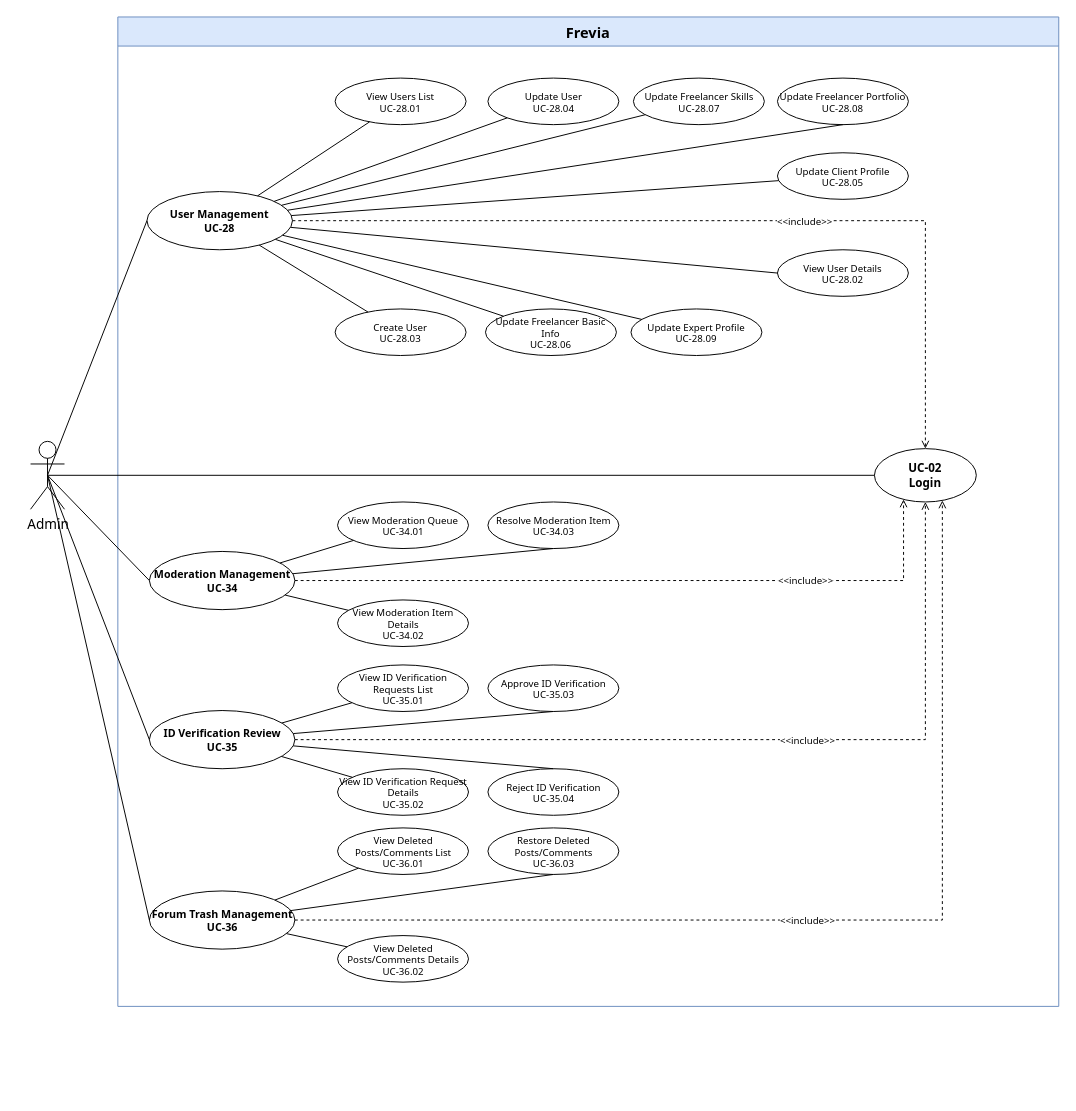
Thunggg/Frevia keeps this draw.io diagram as page "Admin 3/4" (3 of 4) of uc-diagrams/Admin.drawio. Above is the earlier version. Source tidied: cells renumbered, new cells numbered last; positions are measured from the earlier drawing's top-left corner, leaving out a move shared by most shapes. Both pictures are drawn from the tidied source at 97%, with x=0, y=0 at pixel (30, 16).
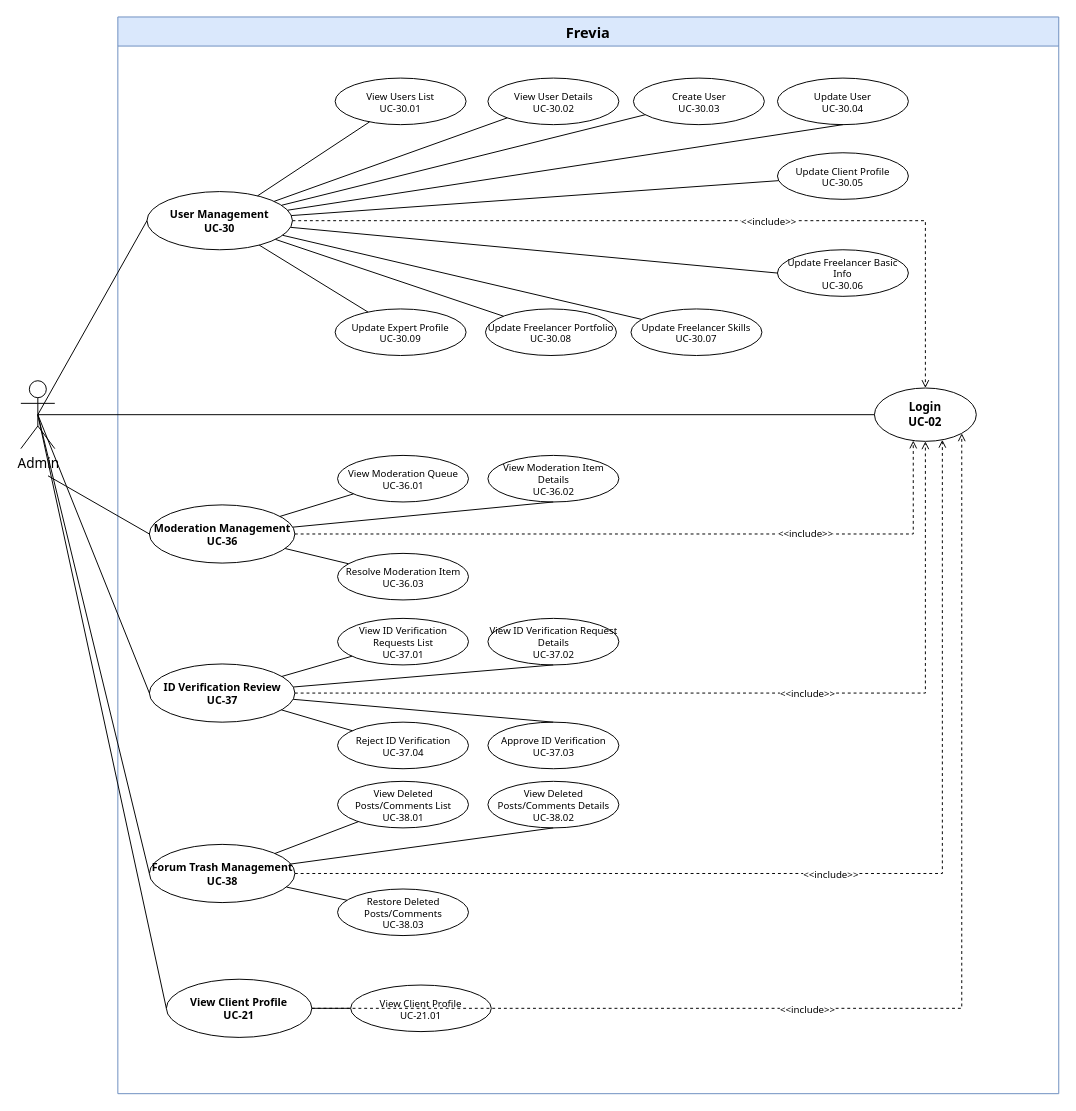
The same diagram, later.

Diff of the diagram source:
```diff
@@
     <mxCell id="2" value="Frevia" style="swimlane;whiteSpace=wrap;html=1;startSize=30;fontSize=15;fontFamily=Tahoma;fontStyle=1;fillColor=#dae8fc;strokeColor=#6c8ebf;" parent="1" vertex="1">
-      <mxGeometry x="90" width="970" height="1020" as="geometry" />
+      <mxGeometry x="90" width="970" height="1110" as="geometry" />
     </mxCell>
-    <mxCell id="3" value="UC-02&#10;Login" style="ellipse;whiteSpace=wrap;html=1;fontSize=12;fontFamily=Tahoma;fontStyle=1;fillColor=#ffffff;strokeColor=#000000;" parent="2" vertex="1">
-      <mxGeometry x="780" y="445" width="105" height="55" as="geometry" />
+    <mxCell id="3" value="Login&#10;UC-02" style="ellipse;whiteSpace=wrap;html=1;fontSize=12;fontFamily=Tahoma;fontStyle=1;fillColor=#ffffff;strokeColor=#000000;" parent="2" vertex="1">
+      <mxGeometry x="780" y="382.5" width="105" height="55" as="geometry" />
     </mxCell>
-    <mxCell id="4" value="User Management&#10;UC-28" style="ellipse;whiteSpace=wrap;html=1;fontSize=11;fontFamily=Tahoma;fontStyle=1;fillColor=#ffffff;strokeColor=#000000;" parent="2" vertex="1">
+    <mxCell id="4" value="User Management&#10;UC-30" style="ellipse;whiteSpace=wrap;html=1;fontSize=11;fontFamily=Tahoma;fontStyle=1;fillColor=#ffffff;strokeColor=#000000;" parent="2" vertex="1">
       <mxGeometry x="30" y="180" width="150" height="60" as="geometry" />
     </mxCell>
-    <mxCell id="5" value="View User Details&#10;UC-28.02" style="ellipse;whiteSpace=wrap;html=1;fontSize=10;fontFamily=Tahoma;fillColor=#ffffff;strokeColor=#000000;" parent="2" vertex="1">
+    <mxCell id="5" value="Update Freelancer Basic Info&#10;UC-30.06" style="ellipse;whiteSpace=wrap;html=1;fontSize=10;fontFamily=Tahoma;fillColor=#ffffff;strokeColor=#000000;" parent="2" vertex="1">
       <mxGeometry x="680" y="240" width="135" height="48" as="geometry" />
     </mxCell>
-    <mxCell id="6" value="Create User&#10;UC-28.03" style="ellipse;whiteSpace=wrap;html=1;fontSize=10;fontFamily=Tahoma;fillColor=#ffffff;strokeColor=#000000;" parent="2" vertex="1">
+    <mxCell id="6" value="Update Expert Profile&#10;UC-30.09" style="ellipse;whiteSpace=wrap;html=1;fontSize=10;fontFamily=Tahoma;fillColor=#ffffff;strokeColor=#000000;" parent="2" vertex="1">
       <mxGeometry x="224" y="301" width="135" height="48" as="geometry" />
     </mxCell>
-    <mxCell id="7" value="Update User&#10;UC-28.04" style="ellipse;whiteSpace=wrap;html=1;fontSize=10;fontFamily=Tahoma;fillColor=#ffffff;strokeColor=#000000;" parent="2" vertex="1">
+    <mxCell id="7" value="View User Details&#10;UC-30.02" style="ellipse;whiteSpace=wrap;html=1;fontSize=10;fontFamily=Tahoma;fillColor=#ffffff;strokeColor=#000000;" parent="2" vertex="1">
       <mxGeometry x="381.5" y="63" width="135" height="48" as="geometry" />
     </mxCell>
-    <mxCell id="8" value="Update Client Profile&#10;UC-28.05" style="ellipse;whiteSpace=wrap;html=1;fontSize=10;fontFamily=Tahoma;fillColor=#ffffff;strokeColor=#000000;" parent="2" vertex="1">
+    <mxCell id="8" value="Update Client Profile&#10;UC-30.05" style="ellipse;whiteSpace=wrap;html=1;fontSize=10;fontFamily=Tahoma;fillColor=#ffffff;strokeColor=#000000;" parent="2" vertex="1">
       <mxGeometry x="680" y="140" width="135" height="48" as="geometry" />
     </mxCell>
-    <mxCell id="9" value="Update Freelancer Basic Info&#10;UC-28.06" style="ellipse;whiteSpace=wrap;html=1;fontSize=10;fontFamily=Tahoma;fillColor=#ffffff;strokeColor=#000000;" parent="2" vertex="1">
+    <mxCell id="9" value="Update Freelancer Portfolio&#10;UC-30.08" style="ellipse;whiteSpace=wrap;html=1;fontSize=10;fontFamily=Tahoma;fillColor=#ffffff;strokeColor=#000000;" parent="2" vertex="1">
       <mxGeometry x="379" y="301" width="135" height="48" as="geometry" />
     </mxCell>
-    <mxCell id="10" value="Update Freelancer Skills&#10;UC-28.07" style="ellipse;whiteSpace=wrap;html=1;fontSize=10;fontFamily=Tahoma;fillColor=#ffffff;strokeColor=#000000;" parent="2" vertex="1">
+    <mxCell id="10" value="Create User&#10;UC-30.03" style="ellipse;whiteSpace=wrap;html=1;fontSize=10;fontFamily=Tahoma;fillColor=#ffffff;strokeColor=#000000;" parent="2" vertex="1">
       <mxGeometry x="531.5" y="63" width="135" height="48" as="geometry" />
     </mxCell>
-    <mxCell id="11" value="Update Freelancer Portfolio&#10;UC-28.08" style="ellipse;whiteSpace=wrap;html=1;fontSize=10;fontFamily=Tahoma;fillColor=#ffffff;strokeColor=#000000;" parent="2" vertex="1">
+    <mxCell id="11" value="Update User&#10;UC-30.04" style="ellipse;whiteSpace=wrap;html=1;fontSize=10;fontFamily=Tahoma;fillColor=#ffffff;strokeColor=#000000;" parent="2" vertex="1">
       <mxGeometry x="680" y="63" width="135" height="48" as="geometry" />
     </mxCell>
-    <mxCell id="12" value="Update Expert Profile&#10;UC-28.09" style="ellipse;whiteSpace=wrap;html=1;fontSize=10;fontFamily=Tahoma;fillColor=#ffffff;strokeColor=#000000;" parent="2" vertex="1">
+    <mxCell id="12" value="Update Freelancer Skills&#10;UC-30.07" style="ellipse;whiteSpace=wrap;html=1;fontSize=10;fontFamily=Tahoma;fillColor=#ffffff;strokeColor=#000000;" parent="2" vertex="1">
       <mxGeometry x="529" y="301" width="135" height="48" as="geometry" />
     </mxCell>
-    <mxCell id="13" value="Moderation Management&#10;UC-34" style="ellipse;whiteSpace=wrap;html=1;fontSize=11;fontFamily=Tahoma;fontStyle=1;fillColor=#ffffff;strokeColor=#000000;" parent="2" vertex="1">
-      <mxGeometry x="32.5" y="551" width="150" height="60" as="geometry" />
+    <mxCell id="13" value="Moderation Management&#10;UC-36" style="ellipse;whiteSpace=wrap;html=1;fontSize=11;fontFamily=Tahoma;fontStyle=1;fillColor=#ffffff;strokeColor=#000000;" parent="2" vertex="1">
+      <mxGeometry x="32.5" y="503" width="150" height="60" as="geometry" />
     </mxCell>
-    <mxCell id="14" value="View Moderation Queue&#10;UC-34.01" style="ellipse;whiteSpace=wrap;html=1;fontSize=10;fontFamily=Tahoma;fillColor=#ffffff;strokeColor=#000000;" parent="2" vertex="1">
-      <mxGeometry x="226.5" y="500" width="135" height="48" as="geometry" />
+    <mxCell id="14" value="View Moderation Queue&#10;UC-36.01" style="ellipse;whiteSpace=wrap;html=1;fontSize=10;fontFamily=Tahoma;fillColor=#ffffff;strokeColor=#000000;" parent="2" vertex="1">
+      <mxGeometry x="226.5" y="452" width="135" height="48" as="geometry" />
     </mxCell>
-    <mxCell id="15" value="View Moderation Item Details&#10;UC-34.02" style="ellipse;whiteSpace=wrap;html=1;fontSize=10;fontFamily=Tahoma;fillColor=#ffffff;strokeColor=#000000;" parent="2" vertex="1">
-      <mxGeometry x="226.5" y="601" width="135" height="48" as="geometry" />
+    <mxCell id="15" value="Resolve Moderation Item&#10;UC-36.03" style="ellipse;whiteSpace=wrap;html=1;fontSize=10;fontFamily=Tahoma;fillColor=#ffffff;strokeColor=#000000;" parent="2" vertex="1">
+      <mxGeometry x="226.5" y="553" width="135" height="48" as="geometry" />
     </mxCell>
-    <mxCell id="16" value="Resolve Moderation Item&#10;UC-34.03" style="ellipse;whiteSpace=wrap;html=1;fontSize=10;fontFamily=Tahoma;fillColor=#ffffff;strokeColor=#000000;" parent="2" vertex="1">
-      <mxGeometry x="381.5" y="500" width="135" height="48" as="geometry" />
+    <mxCell id="16" value="View Moderation Item Details&#10;UC-36.02" style="ellipse;whiteSpace=wrap;html=1;fontSize=10;fontFamily=Tahoma;fillColor=#ffffff;strokeColor=#000000;" parent="2" vertex="1">
+      <mxGeometry x="381.5" y="452" width="135" height="48" as="geometry" />
     </mxCell>
-    <mxCell id="17" value="ID Verification Review&#10;UC-35" style="ellipse;whiteSpace=wrap;html=1;fontSize=11;fontFamily=Tahoma;fontStyle=1;fillColor=#ffffff;strokeColor=#000000;" parent="2" vertex="1">
-      <mxGeometry x="32.5" y="715" width="150" height="60" as="geometry" />
+    <mxCell id="17" value="ID Verification Review&#10;UC-37" style="ellipse;whiteSpace=wrap;html=1;fontSize=11;fontFamily=Tahoma;fontStyle=1;fillColor=#ffffff;strokeColor=#000000;" parent="2" vertex="1">
+      <mxGeometry x="32.5" y="667" width="150" height="60" as="geometry" />
     </mxCell>
-    <mxCell id="18" value="View ID Verification Requests List&#10;UC-35.01" style="ellipse;whiteSpace=wrap;html=1;fontSize=10;fontFamily=Tahoma;fillColor=#ffffff;strokeColor=#000000;" parent="2" vertex="1">
-      <mxGeometry x="226.5" y="668" width="135" height="48" as="geometry" />
+    <mxCell id="18" value="View ID Verification Requests List&#10;UC-37.01" style="ellipse;whiteSpace=wrap;html=1;fontSize=10;fontFamily=Tahoma;fillColor=#ffffff;strokeColor=#000000;" parent="2" vertex="1">
+      <mxGeometry x="226.5" y="620" width="135" height="48" as="geometry" />
     </mxCell>
-    <mxCell id="19" value="View ID Verification Request Details&#10;UC-35.02" style="ellipse;whiteSpace=wrap;html=1;fontSize=10;fontFamily=Tahoma;fillColor=#ffffff;strokeColor=#000000;" parent="2" vertex="1">
-      <mxGeometry x="226.5" y="775" width="135" height="48" as="geometry" />
+    <mxCell id="19" value="Reject ID Verification&#10;UC-37.04" style="ellipse;whiteSpace=wrap;html=1;fontSize=10;fontFamily=Tahoma;fillColor=#ffffff;strokeColor=#000000;" parent="2" vertex="1">
+      <mxGeometry x="226.5" y="727" width="135" height="48" as="geometry" />
     </mxCell>
-    <mxCell id="20" value="Approve ID Verification&#10;UC-35.03" style="ellipse;whiteSpace=wrap;html=1;fontSize=10;fontFamily=Tahoma;fillColor=#ffffff;strokeColor=#000000;" parent="2" vertex="1">
-      <mxGeometry x="381.5" y="668" width="135" height="48" as="geometry" />
+    <mxCell id="20" value="View ID Verification Request Details&#10;UC-37.02" style="ellipse;whiteSpace=wrap;html=1;fontSize=10;fontFamily=Tahoma;fillColor=#ffffff;strokeColor=#000000;" parent="2" vertex="1">
+      <mxGeometry x="381.5" y="620" width="135" height="48" as="geometry" />
     </mxCell>
-    <mxCell id="21" value="Reject ID Verification&#10;UC-35.04" style="ellipse;whiteSpace=wrap;html=1;fontSize=10;fontFamily=Tahoma;fillColor=#ffffff;strokeColor=#000000;" parent="2" vertex="1">
-      <mxGeometry x="381.5" y="775" width="135" height="48" as="geometry" />
+    <mxCell id="21" value="Approve ID Verification&#10;UC-37.03" style="ellipse;whiteSpace=wrap;html=1;fontSize=10;fontFamily=Tahoma;fillColor=#ffffff;strokeColor=#000000;" parent="2" vertex="1">
+      <mxGeometry x="381.5" y="727" width="135" height="48" as="geometry" />
     </mxCell>
-    <mxCell id="22" value="Forum Trash Management&#10;UC-36" style="ellipse;whiteSpace=wrap;html=1;fontSize=11;fontFamily=Tahoma;fontStyle=1;fillColor=#ffffff;strokeColor=#000000;" parent="2" vertex="1">
-      <mxGeometry x="32.5" y="901" width="150" height="60" as="geometry" />
+    <mxCell id="22" value="Forum Trash Management&#10;UC-38" style="ellipse;whiteSpace=wrap;html=1;fontSize=11;fontFamily=Tahoma;fontStyle=1;fillColor=#ffffff;strokeColor=#000000;" parent="2" vertex="1">
+      <mxGeometry x="32.5" y="853" width="150" height="60" as="geometry" />
     </mxCell>
-    <mxCell id="23" value="View Deleted Posts/Comments List&#10;UC-36.01" style="ellipse;whiteSpace=wrap;html=1;fontSize=10;fontFamily=Tahoma;fillColor=#ffffff;strokeColor=#000000;" parent="2" vertex="1">
-      <mxGeometry x="226.5" y="836" width="135" height="48" as="geometry" />
+    <mxCell id="23" value="View Deleted Posts/Comments List&#10;UC-38.01" style="ellipse;whiteSpace=wrap;html=1;fontSize=10;fontFamily=Tahoma;fillColor=#ffffff;strokeColor=#000000;" parent="2" vertex="1">
+      <mxGeometry x="226.5" y="788" width="135" height="48" as="geometry" />
     </mxCell>
-    <mxCell id="24" value="View Deleted Posts/Comments Details&#10;UC-36.02" style="ellipse;whiteSpace=wrap;html=1;fontSize=10;fontFamily=Tahoma;fillColor=#ffffff;strokeColor=#000000;" parent="2" vertex="1">
-      <mxGeometry x="226.5" y="947" width="135" height="48" as="geometry" />
+    <mxCell id="24" value="Restore Deleted Posts/Comments&#10;UC-38.03" style="ellipse;whiteSpace=wrap;html=1;fontSize=10;fontFamily=Tahoma;fillColor=#ffffff;strokeColor=#000000;" parent="2" vertex="1">
+      <mxGeometry x="226.5" y="899" width="135" height="48" as="geometry" />
     </mxCell>
-    <mxCell id="25" value="Restore Deleted Posts/Comments&#10;UC-36.03" style="ellipse;whiteSpace=wrap;html=1;fontSize=10;fontFamily=Tahoma;fillColor=#ffffff;strokeColor=#000000;" parent="2" vertex="1">
-      <mxGeometry x="381.5" y="836" width="135" height="48" as="geometry" />
+    <mxCell id="25" value="View Deleted Posts/Comments Details&#10;UC-38.02" style="ellipse;whiteSpace=wrap;html=1;fontSize=10;fontFamily=Tahoma;fillColor=#ffffff;strokeColor=#000000;" parent="2" vertex="1">
+      <mxGeometry x="381.5" y="788" width="135" height="48" as="geometry" />
     </mxCell>
@@
+    <mxCell id="54" value="View Users List&#10;UC-30.01" style="ellipse;whiteSpace=wrap;html=1;fontSize=10;fontFamily=Tahoma;fillColor=#ffffff;strokeColor=#000000;" parent="2" vertex="1">
+      <mxGeometry x="224" y="63" width="135" height="48" as="geometry" />
+    </mxCell>
+    <mxCell id="55" style="endArrow=none;html=1;rounded=0;fontFamily=Tahoma;fontSize=13;" parent="2" edge="1" source="4" target="54">
+      <mxGeometry relative="1" as="geometry" />
+    </mxCell>
+    <mxCell id="56" value="View Client Profile&#10;UC-21" style="ellipse;whiteSpace=wrap;html=1;fontSize=11;fontFamily=Tahoma;fontStyle=1;fillColor=#ffffff;strokeColor=#000000;" parent="2" vertex="1">
+      <mxGeometry x="50" y="992" width="150" height="60" as="geometry" />
+    </mxCell>
+    <mxCell id="57" value="View Client Profile&#10;UC-21.01" style="ellipse;whiteSpace=wrap;html=1;fontSize=10;fontFamily=Tahoma;fillColor=#ffffff;strokeColor=#000000;" parent="2" vertex="1">
+      <mxGeometry x="240" y="998" width="145" height="48" as="geometry" />
+    </mxCell>
+    <mxCell id="53" value="&amp;lt;&amp;lt;include&amp;gt;&amp;gt;" style="edgeStyle=orthogonalEdgeStyle;rounded=0;endArrow=open;dashed=1;html=1;strokeColor=#000000;fontSize=10;fontFamily=Tahoma;labelBackgroundColor=#ffffff;align=center;verticalAlign=middle;" parent="2" edge="1" source="22" target="3">
+      <mxGeometry x="-0.01" relative="1" as="geometry">
+        <Array as="points">
+          <mxPoint x="850" y="883" />
+        </Array>
+      </mxGeometry>
+    </mxCell>
+    <mxCell id="49" value="&amp;lt;&amp;lt;include&amp;gt;&amp;gt;" style="edgeStyle=orthogonalEdgeStyle;rounded=0;endArrow=open;dashed=1;html=1;strokeColor=#000000;fontSize=10;fontFamily=Tahoma;labelBackgroundColor=#ffffff;align=center;verticalAlign=middle;" parent="2" edge="1" source="13" target="3">
+      <mxGeometry x="0.43" y="1" relative="1" as="geometry">
+        <Array as="points">
+          <mxPoint x="820" y="533" />
+        </Array>
+        <mxPoint x="1" as="offset" />
+      </mxGeometry>
+    </mxCell>
     <mxCell id="36" value="Admin" style="shape=umlActor;verticalLabelPosition=bottom;verticalAlign=top;html=1;outlineConnect=0;fontSize=14;fontFamily=Tahoma;" parent="1" vertex="1">
-      <mxGeometry y="437.5" width="35" height="70" as="geometry" />
+      <mxGeometry x="-10" y="375" width="35" height="70" as="geometry" />
     </mxCell>
@@
-    <mxCell id="49" value="&amp;lt;&amp;lt;include&amp;gt;&amp;gt;" style="edgeStyle=orthogonalEdgeStyle;rounded=0;endArrow=open;dashed=1;html=1;strokeColor=#000000;fontSize=10;fontFamily=Tahoma;labelBackgroundColor=#ffffff;align=center;verticalAlign=middle;" parent="1" edge="1" source="13" target="3">
-      <mxGeometry x="0.48" y="1" relative="1" as="geometry">
-        <Array as="points">
-          <mxPoint x="900" y="581" />
-        </Array>
-      </mxGeometry>
-    </mxCell>
@@
     <mxCell id="51" value="&amp;lt;&amp;lt;include&amp;gt;&amp;gt;" style="edgeStyle=orthogonalEdgeStyle;rounded=0;endArrow=open;dashed=1;html=1;strokeColor=#000000;fontSize=10;fontFamily=Tahoma;labelBackgroundColor=#ffffff;align=center;verticalAlign=middle;" parent="1" edge="1" source="17" target="3">
-      <mxGeometry x="0.18" relative="1" as="geometry" />
+      <mxGeometry x="0.16" relative="1" as="geometry" />
     </mxCell>
@@
-    <mxCell id="53" value="&amp;lt;&amp;lt;include&amp;gt;&amp;gt;" style="edgeStyle=orthogonalEdgeStyle;rounded=0;endArrow=open;dashed=1;html=1;strokeColor=#000000;fontSize=10;fontFamily=Tahoma;labelBackgroundColor=#ffffff;align=center;verticalAlign=middle;" parent="1" edge="1" source="22" target="3">
-      <mxGeometry x="-0.04" relative="1" as="geometry">
-        <Array as="points">
-          <mxPoint x="940" y="931" />
-        </Array>
-      </mxGeometry>
-    </mxCell>
-    <mxCell id="54" value="View Users List&#10;UC-28.01" style="ellipse;whiteSpace=wrap;html=1;fontSize=10;fontFamily=Tahoma;fillColor=#ffffff;strokeColor=#000000;" parent="2" vertex="1">
-      <mxGeometry x="224" y="63" width="135" height="48" as="geometry" />
-    </mxCell>
-    <mxCell id="55" style="endArrow=none;html=1;rounded=0;fontFamily=Tahoma;fontSize=13;" parent="2" edge="1" source="4" target="54">
-      <mxGeometry relative="1" as="geometry" />
-    </mxCell>
+    <mxCell id="58" style="endArrow=none;html=1;rounded=0;fontFamily=Tahoma;fontSize=13;exitX=0.5;exitY=0.5;exitDx=0;exitDy=0;exitPerimeter=0;entryX=0;entryY=0.5;entryDx=0;entryDy=0;" parent="1" edge="1" source="36" target="56">
+      <mxGeometry relative="1" as="geometry" />
+    </mxCell>
+    <mxCell id="59" value="&amp;lt;&amp;lt;include&amp;gt;&amp;gt;" style="edgeStyle=orthogonalEdgeStyle;rounded=0;endArrow=open;dashed=1;html=1;strokeColor=#000000;fontSize=10;fontFamily=Tahoma;labelBackgroundColor=#ffffff;align=center;verticalAlign=middle;" parent="1" edge="1" source="56" target="3">
+      <mxGeometry x="-0.19" relative="1" as="geometry">
+        <Array as="points">
+          <mxPoint x="960" y="1022" />
+        </Array>
+      </mxGeometry>
+    </mxCell>
+    <mxCell id="60" style="endArrow=none;html=1;rounded=0;fontFamily=Tahoma;fontSize=13;" parent="1" edge="1" source="56" target="57">
+      <mxGeometry relative="1" as="geometry" />
+    </mxCell>
```
